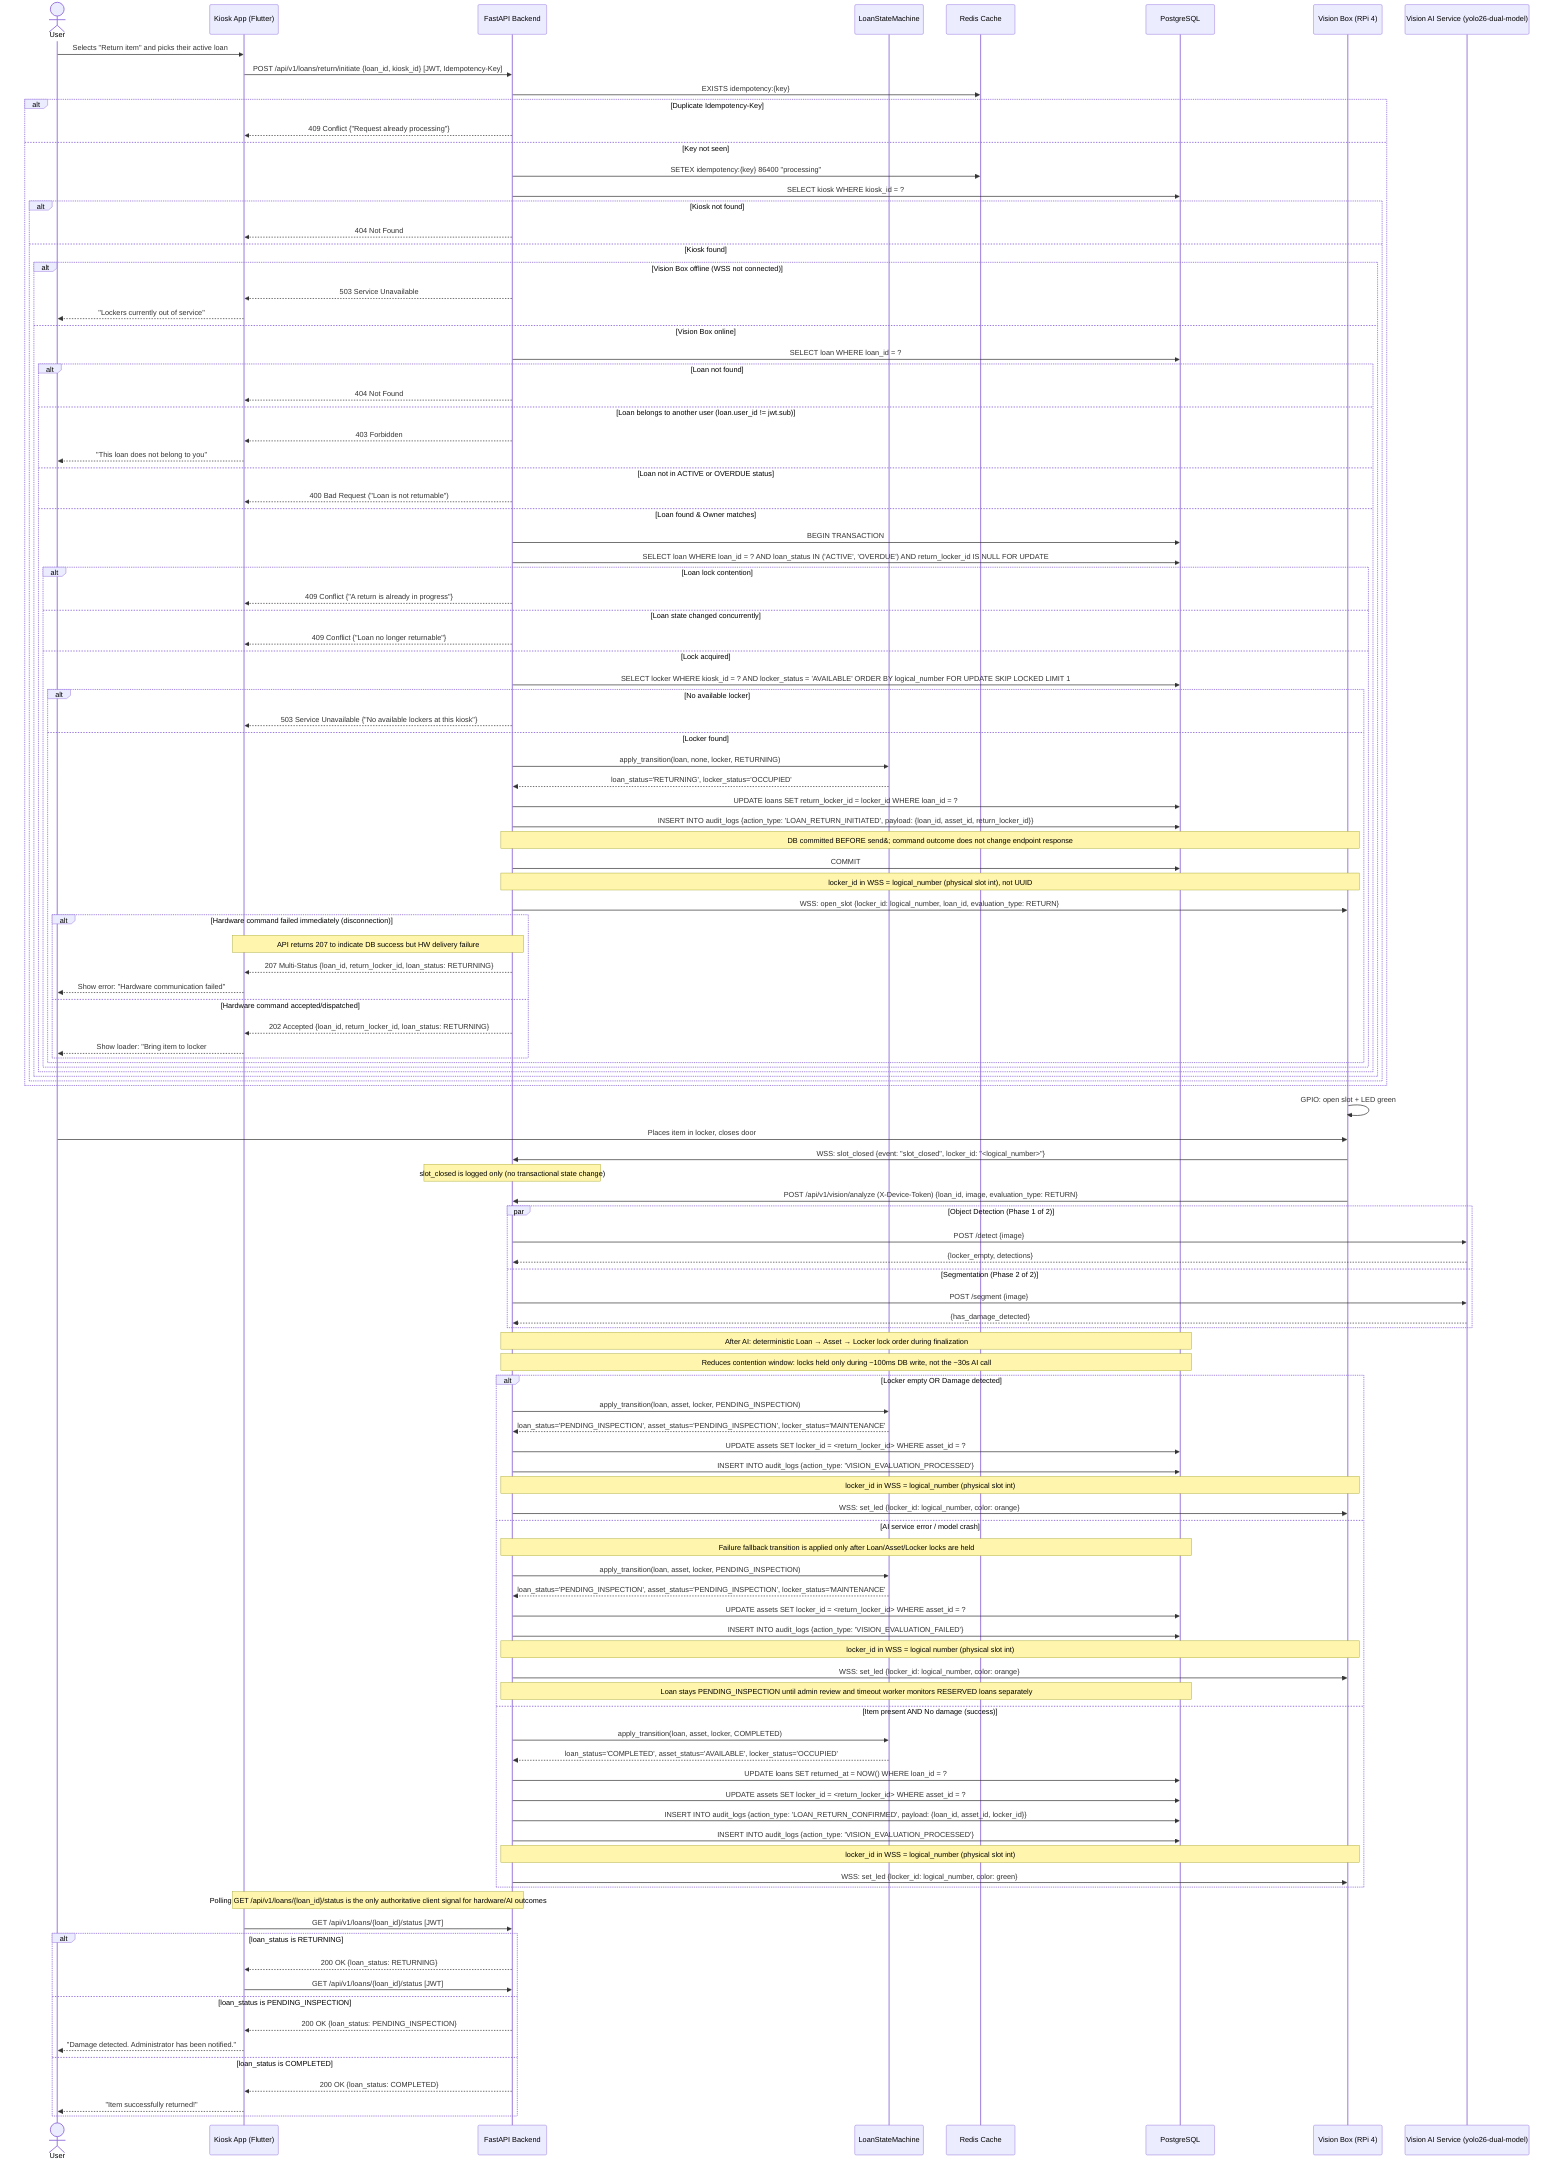
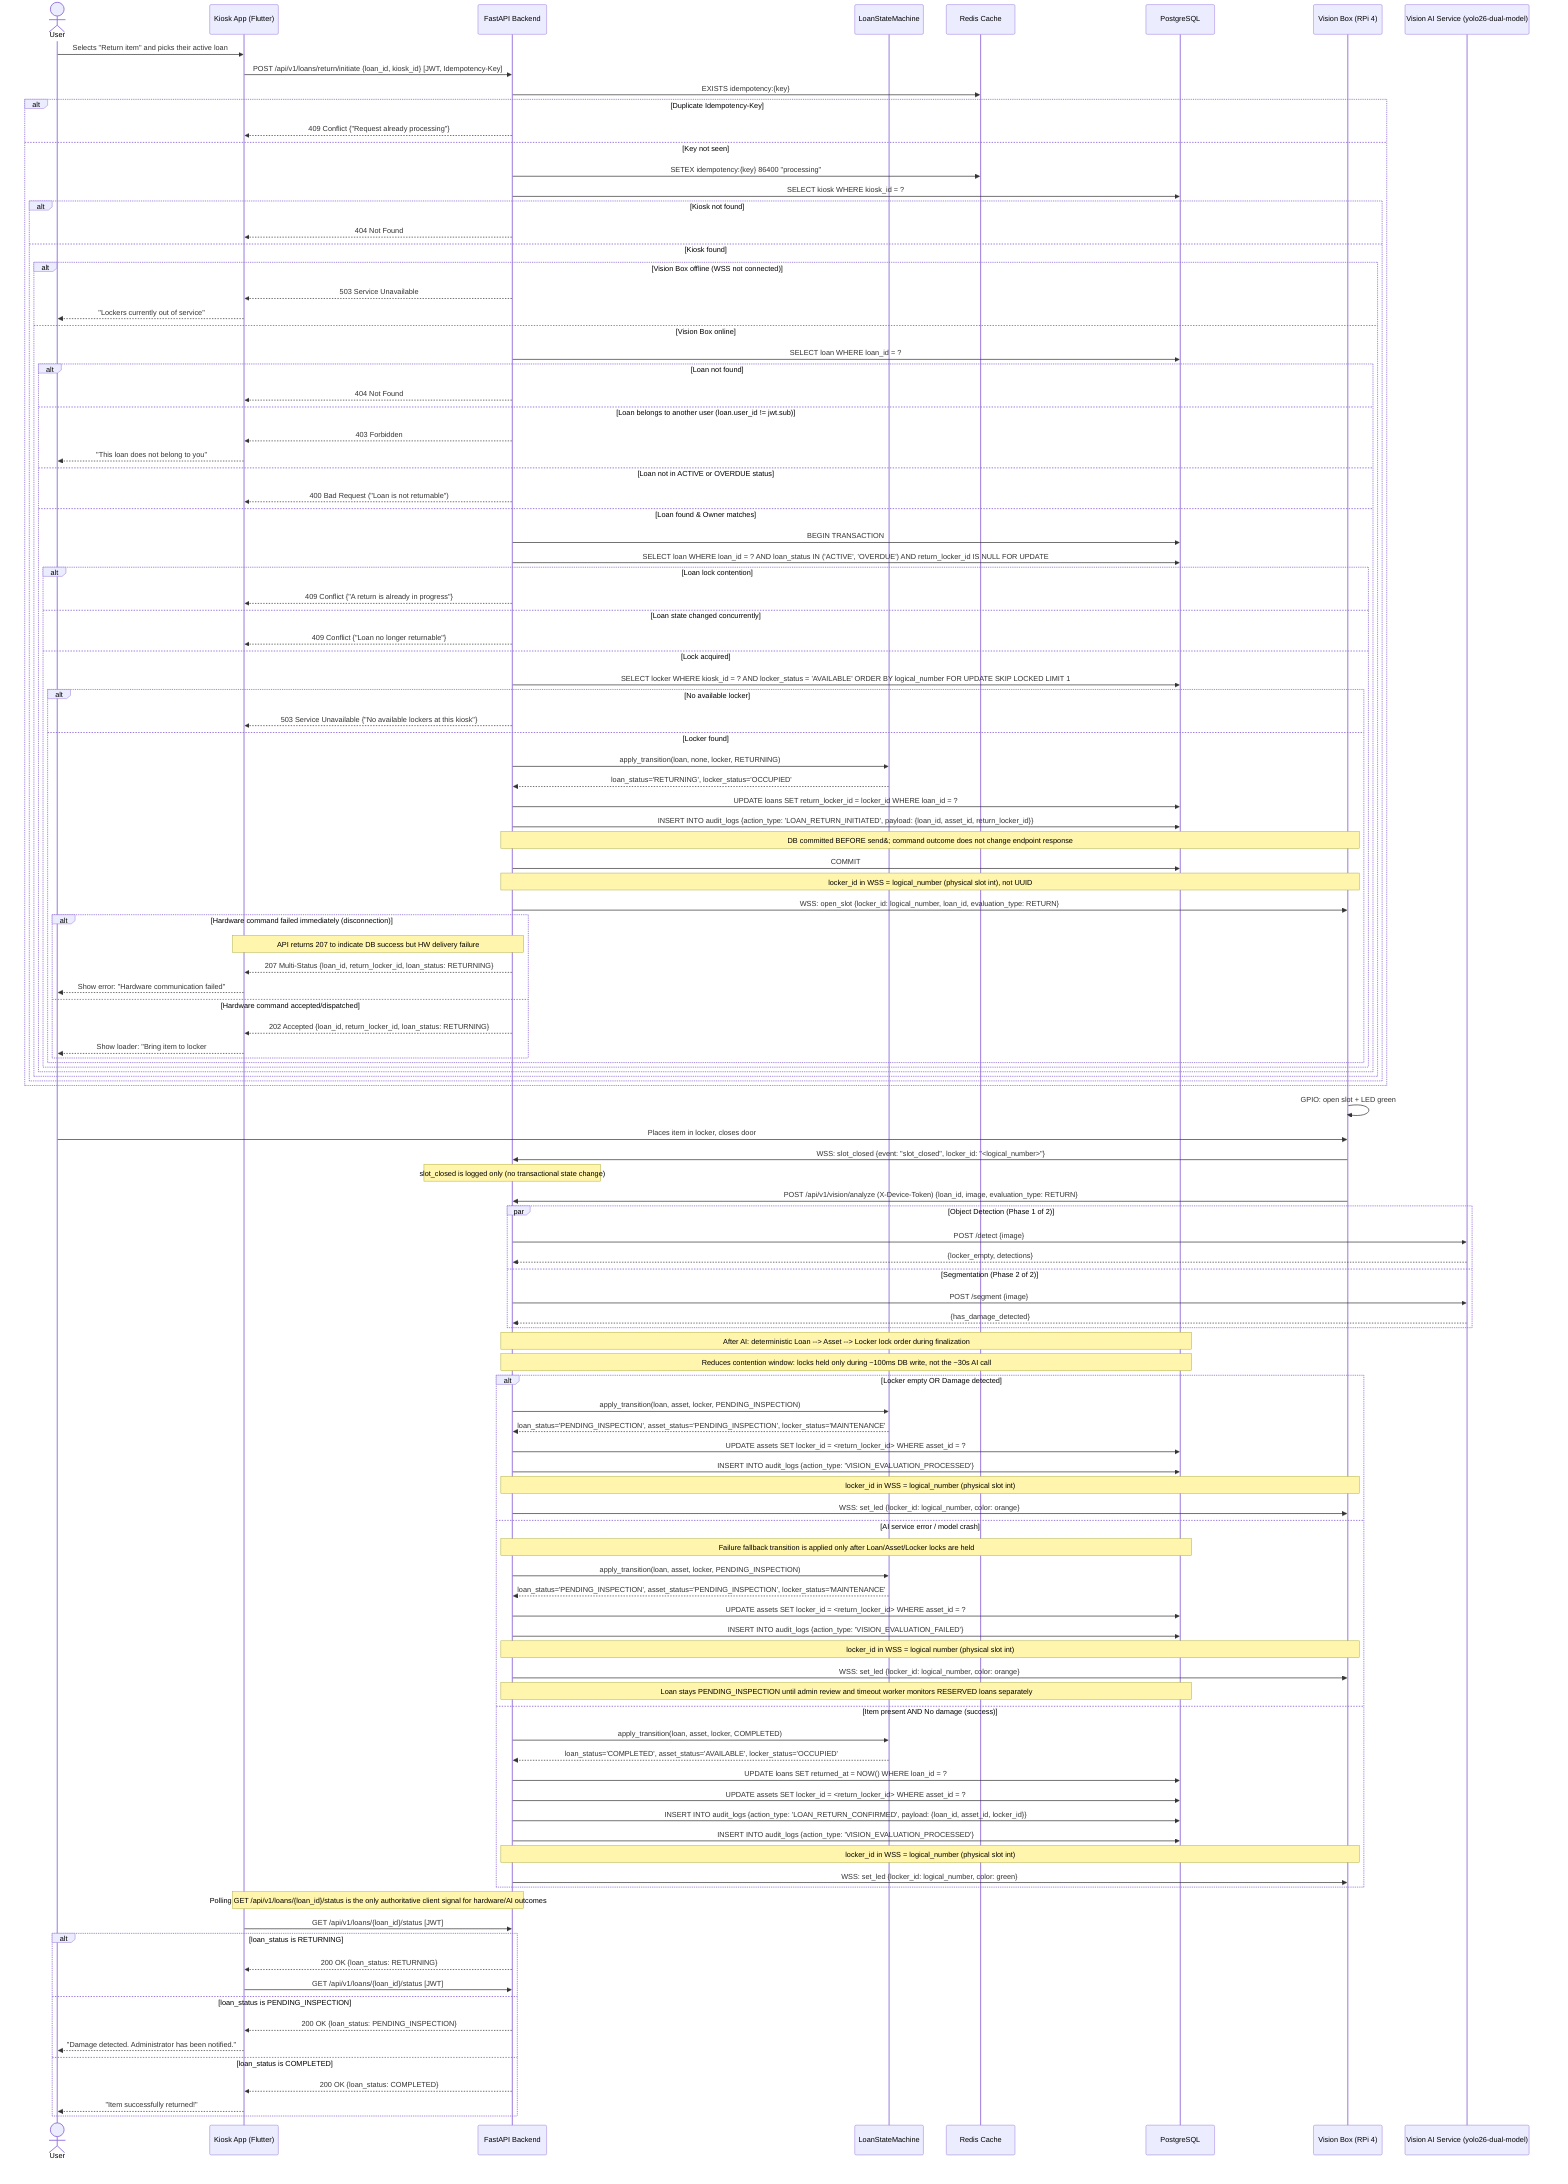
sequenceDiagram
    actor User as User
    participant App as Kiosk App (Flutter)
    participant API as FastAPI Backend
    participant FSM as LoanStateMachine
    participant Redis as Redis Cache
    participant DB as PostgreSQL
    participant VB as Vision Box (RPi 4)
    participant AI as Vision AI Service (yolo26-dual-model)

    User->>App: Selects "Return item" and picks their active loan
    App->>API: POST /api/v1/loans/return/initiate {loan_id, kiosk_id} [JWT, Idempotency-Key]

    API->>Redis: EXISTS idempotency:{key}
    alt Duplicate Idempotency-Key
        API-->>App: 409 Conflict {"Request already processing"}
    else Key not seen
        API->>Redis: SETEX idempotency:{key} 86400 "processing"

        API->>DB: SELECT kiosk WHERE kiosk_id = ?
        alt Kiosk not found
            API-->>App: 404 Not Found
        else Kiosk found
            alt Vision Box offline (WSS not connected)
                API-->>App: 503 Service Unavailable
                App-->>User: "Lockers currently out of service"
            else Vision Box online
                API->>DB: SELECT loan WHERE loan_id = ?
                alt Loan not found
                    API-->>App: 404 Not Found
                else Loan belongs to another user (loan.user_id != jwt.sub)
                    API-->>App: 403 Forbidden
                    App-->>User: "This loan does not belong to you"
                else Loan not in ACTIVE or OVERDUE status
                    API-->>App: 400 Bad Request ("Loan is not returnable")
                else Loan found & Owner matches
                    API->>DB: BEGIN TRANSACTION

                    %% Atomic state-transition guard on the active/overdue loan row
                    API->>DB: SELECT loan WHERE loan_id = ? AND loan_status IN ('ACTIVE', 'OVERDUE') AND return_locker_id IS NULL FOR UPDATE
                    alt Loan lock contention
                        API-->>App: 409 Conflict {"A return is already in progress"}
                    else Loan state changed concurrently
                        API-->>App: 409 Conflict {"Loan no longer returnable"}
                    else Lock acquired

                        %% Find and lock first available locker (SKIP LOCKED prevents duplicate assignment)
                        API->>DB: SELECT locker WHERE kiosk_id = ? AND locker_status = 'AVAILABLE' ORDER BY logical_number FOR UPDATE SKIP LOCKED LIMIT 1
                        alt No available locker
                            API-->>App: 503 Service Unavailable {"No available lockers at this kiosk"}
                        else Locker found
                            API->>FSM: apply_transition(loan, none, locker, RETURNING)
                            FSM-->>API: loan_status='RETURNING', locker_status='OCCUPIED'
                            API->>DB: UPDATE loans SET return_locker_id = locker_id WHERE loan_id = ?
                            API->>DB: INSERT INTO audit_logs {action_type: 'LOAN_RETURN_INITIATED', payload: {loan_id, asset_id, return_locker_id}}

                            %% Hardware command sent AFTER DB commit
                            Note over API,VB: DB committed BEFORE send&#59; command outcome does not change endpoint response
                            API->>DB: COMMIT

                            Note over API,VB: locker_id in WSS = logical_number (physical slot int), not UUID
                            API->>VB: WSS: open_slot {locker_id: logical_number, loan_id, evaluation_type: RETURN}

                            alt Hardware command failed immediately (disconnection)
                                Note over API,App: API returns 207 to indicate DB success but HW delivery failure
                                API-->>App: 207 Multi-Status {loan_id, return_locker_id, loan_status: RETURNING}
                                App-->>User: Show error: "Hardware communication failed"
                            else Hardware command accepted/dispatched
                                API-->>App: 202 Accepted {loan_id, return_locker_id, loan_status: RETURNING}
                                App-->>User: Show loader: "Bring item to locker #N"
                            end
                        end
                    end
                end
            end
        end
    end

    VB->>VB: GPIO: open slot + LED green
    User->>VB: Places item in locker, closes door
    VB->>API: WSS: slot_closed {event: "slot_closed", locker_id: "<logical_number>"}
    Note over API: slot_closed is logged only (no transactional state change)

    %% Vision Box triggers AI analysis (M2M, no JWT)
    VB->>API: POST /api/v1/vision/analyze (X-Device-Token) {loan_id, image, evaluation_type: RETURN}

    %% Vision AI analysis with parallel Phase 1 (no row locks held during AI call)
    par Object Detection (Phase 1 of 2)
        API->>AI: POST /detect {image}
        AI-->>API: {locker_empty, detections}
    and Segmentation (Phase 2 of 2)
        API->>AI: POST /segment {image}
        AI-->>API: {has_damage_detected}
    end

-     Note over API,DB: After AI: deterministic Loan → Asset → Locker lock order during finalization
+     Note over API,DB: After AI: deterministic Loan --> Asset --> Locker lock order during finalization
    Note over API,DB: Reduces contention window: locks held only during ~100ms DB write, not the ~30s AI call

    alt Locker empty OR Damage detected
        API->>FSM: apply_transition(loan, asset, locker, PENDING_INSPECTION)
        FSM-->>API: loan_status='PENDING_INSPECTION', asset_status='PENDING_INSPECTION', locker_status='MAINTENANCE'
        API->>DB: UPDATE assets SET locker_id = <return_locker_id> WHERE asset_id = ?
        API->>DB: INSERT INTO audit_logs {action_type: 'VISION_EVALUATION_PROCESSED'}
        Note over API,VB: locker_id in WSS = logical_number (physical slot int)
        API->>VB: WSS: set_led {locker_id: logical_number, color: orange}
    else AI service error / model crash
        Note over API,DB: Failure fallback transition is applied only after Loan/Asset/Locker locks are held
        API->>FSM: apply_transition(loan, asset, locker, PENDING_INSPECTION)
        FSM-->>API: loan_status='PENDING_INSPECTION', asset_status='PENDING_INSPECTION', locker_status='MAINTENANCE'
        API->>DB: UPDATE assets SET locker_id = <return_locker_id> WHERE asset_id = ?
        API->>DB: INSERT INTO audit_logs {action_type: 'VISION_EVALUATION_FAILED'}
        Note over API,VB: locker_id in WSS = logical number (physical slot int)
        API->>VB: WSS: set_led {locker_id: logical_number, color: orange}
        Note over API,DB: Loan stays PENDING_INSPECTION until admin review and timeout worker monitors RESERVED loans separately
    else Item present AND No damage (success)
        API->>FSM: apply_transition(loan, asset, locker, COMPLETED)
        FSM-->>API: loan_status='COMPLETED', asset_status='AVAILABLE', locker_status='OCCUPIED'
        API->>DB: UPDATE loans SET returned_at = NOW() WHERE loan_id = ?
        API->>DB: UPDATE assets SET locker_id = <return_locker_id> WHERE asset_id = ?
        API->>DB: INSERT INTO audit_logs {action_type: 'LOAN_RETURN_CONFIRMED', payload: {loan_id, asset_id, locker_id}}
        API->>DB: INSERT INTO audit_logs {action_type: 'VISION_EVALUATION_PROCESSED'}
        Note over API,VB: locker_id in WSS = logical_number (physical slot int)
        API->>VB: WSS: set_led {locker_id: logical_number, color: green}
    end

    Note over App,API: Polling GET /api/v1/loans/{loan_id}/status is the only authoritative client signal for hardware/AI outcomes
    App->>API: GET /api/v1/loans/{loan_id}/status [JWT]
    alt loan_status is RETURNING
        API-->>App: 200 OK {loan_status: RETURNING}
        App->>API: GET /api/v1/loans/{loan_id}/status [JWT]
    else loan_status is PENDING_INSPECTION
        API-->>App: 200 OK {loan_status: PENDING_INSPECTION}
        App-->>User: "Damage detected. Administrator has been notified."
    else loan_status is COMPLETED
        API-->>App: 200 OK {loan_status: COMPLETED}
        App-->>User: "Item successfully returned!"
    end
